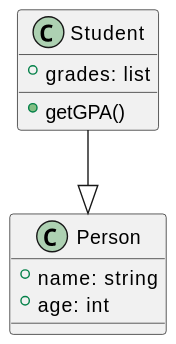
Earlier version of the PlantUML export images/computer_science/class_inheritance.svg (2DGD-F0TH/2DGD_F0TH).
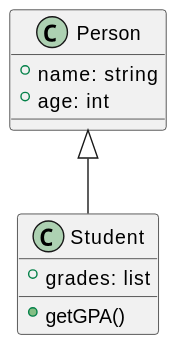
Above is the later version.

What changed in the source:
```diff
@@ -11,6 +11,6 @@
     + getGPA()
 }
 
-Student --|> Person
+Student -up-|> Person
 
 @enduml
```
